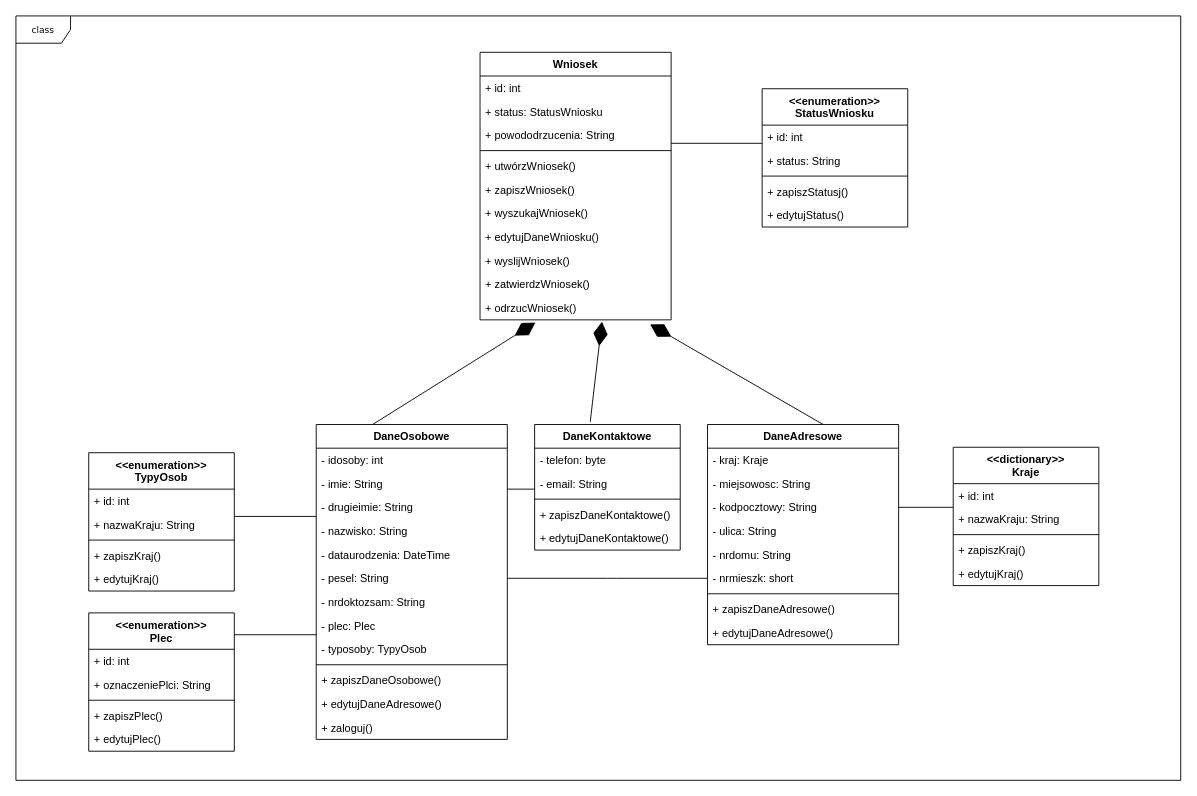
This is eRodzina-model-dziedziny.drawio from tadeg/study, a draw.io file, before an edit. Source tidied: cells renumbered, new cells numbered last; positions are measured from the earlier drawing's top-left corner, leaving out a move shared by most shapes. Both pictures are drawn from the tidied source at 91%, with x=0, y=0 at pixel (15, 15).
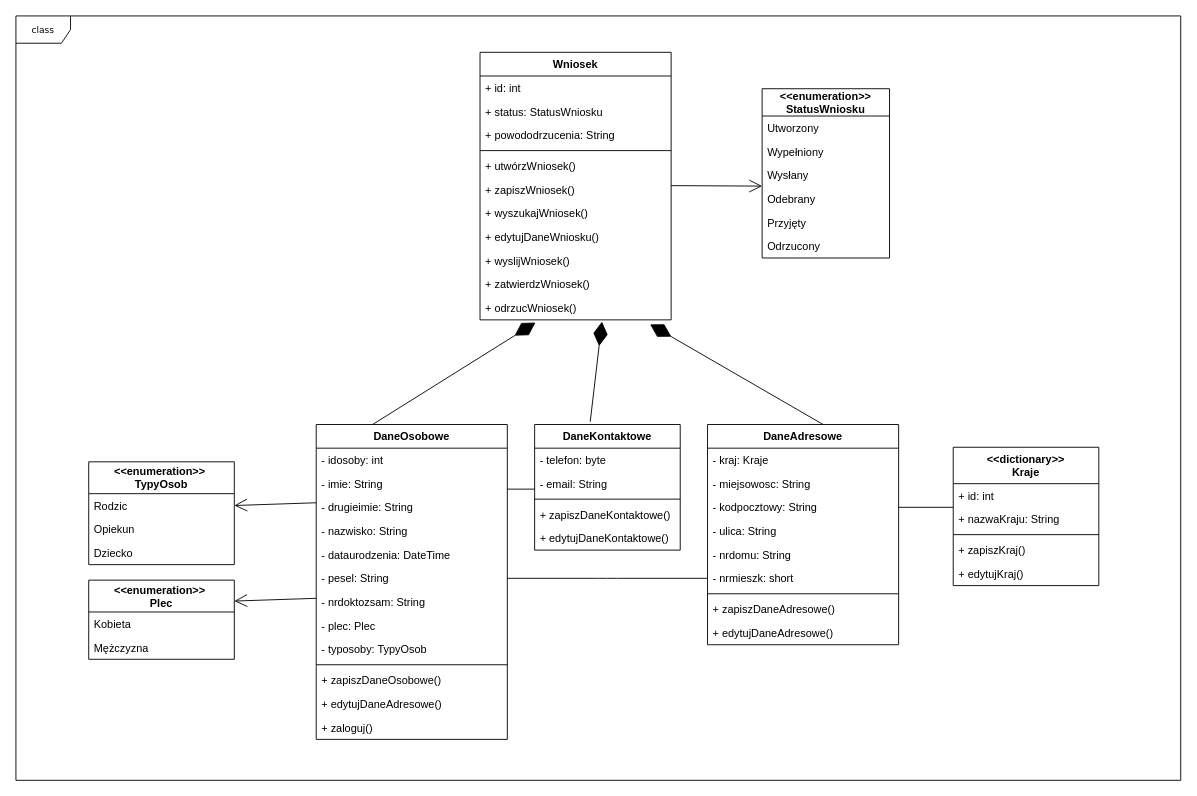
Above is the later version.

The edit, as a diff of the source:
```diff
@@
-    <mxCell id="36" value="&lt;&lt;enumeration&gt;&gt; &#10;TypyOsob&#10;" style="swimlane;fontStyle=1;align=center;verticalAlign=top;horizontal=1;startSize=40;" parent="1" vertex="1">
-      <mxGeometry x="80" y="480" width="160" height="152" as="geometry" />
-    </mxCell>
-    <mxCell id="37" value="+ id: int" style="text;strokeColor=none;fillColor=none;align=left;verticalAlign=top;spacingLeft=4;spacingRight=4;overflow=hidden;" parent="36" vertex="1">
-      <mxGeometry y="40" width="160" height="26" as="geometry" />
-    </mxCell>
-    <mxCell id="38" value="+ nazwaKraju: String" style="text;strokeColor=none;fillColor=none;align=left;verticalAlign=top;spacingLeft=4;spacingRight=4;overflow=hidden;" parent="36" vertex="1">
-      <mxGeometry y="66" width="160" height="26" as="geometry" />
-    </mxCell>
-    <mxCell id="39" style="line;strokeWidth=1;fillColor=none;align=left;verticalAlign=middle;spacingTop=-1;spacingLeft=3;spacingRight=3;labelPosition=right;" parent="36" vertex="1">
-      <mxGeometry y="92" width="160" height="8" as="geometry" />
-    </mxCell>
-    <mxCell id="40" value="+ zapiszKraj()" style="text;strokeColor=none;fillColor=none;align=left;verticalAlign=top;spacingLeft=4;spacingRight=4;overflow=hidden;" parent="36" vertex="1">
-      <mxGeometry y="100" width="160" height="26" as="geometry" />
-    </mxCell>
-    <mxCell id="41" value="+ edytujKraj()" style="text;strokeColor=none;fillColor=none;align=left;verticalAlign=top;spacingLeft=4;spacingRight=4;overflow=hidden;" parent="36" vertex="1">
-      <mxGeometry y="126" width="160" height="26" as="geometry" />
-    </mxCell>
-    <mxCell id="42" value="&lt;&lt;enumeration&gt;&gt; &#10;Plec&#10;" style="swimlane;fontStyle=1;align=center;verticalAlign=top;horizontal=1;startSize=40;" parent="1" vertex="1">
-      <mxGeometry x="80" y="656" width="160" height="152" as="geometry" />
-    </mxCell>
-    <mxCell id="43" value="+ id: int" style="text;strokeColor=none;fillColor=none;align=left;verticalAlign=top;spacingLeft=4;spacingRight=4;overflow=hidden;" parent="42" vertex="1">
-      <mxGeometry y="40" width="160" height="26" as="geometry" />
-    </mxCell>
-    <mxCell id="44" value="+ oznaczeniePlci: String" style="text;strokeColor=none;fillColor=none;align=left;verticalAlign=top;spacingLeft=4;spacingRight=4;overflow=hidden;" parent="42" vertex="1">
-      <mxGeometry y="66" width="160" height="26" as="geometry" />
-    </mxCell>
-    <mxCell id="45" style="line;strokeWidth=1;fillColor=none;align=left;verticalAlign=middle;spacingTop=-1;spacingLeft=3;spacingRight=3;labelPosition=right;" parent="42" vertex="1">
-      <mxGeometry y="92" width="160" height="8" as="geometry" />
-    </mxCell>
-    <mxCell id="46" value="+ zapiszPlec()" style="text;strokeColor=none;fillColor=none;align=left;verticalAlign=top;spacingLeft=4;spacingRight=4;overflow=hidden;" parent="42" vertex="1">
-      <mxGeometry y="100" width="160" height="26" as="geometry" />
-    </mxCell>
-    <mxCell id="47" value="+ edytujPlec()" style="text;strokeColor=none;fillColor=none;align=left;verticalAlign=top;spacingLeft=4;spacingRight=4;overflow=hidden;" parent="42" vertex="1">
-      <mxGeometry y="126" width="160" height="26" as="geometry" />
-    </mxCell>
@@
-    <mxCell id="63" style="endArrow=none;html=1;edgeStyle=orthogonalEdgeStyle;" parent="1" edge="1">
-      <mxGeometry relative="1" as="geometry">
-        <mxPoint x="240" y="550" as="sourcePoint" />
-        <mxPoint x="330" y="550" as="targetPoint" />
-      </mxGeometry>
-    </mxCell>
-    <mxCell id="64" style="endArrow=none;html=1;edgeStyle=orthogonalEdgeStyle;" parent="1" edge="1">
-      <mxGeometry relative="1" as="geometry">
-        <mxPoint x="240" y="680" as="sourcePoint" />
-        <mxPoint x="330" y="680" as="targetPoint" />
-      </mxGeometry>
-    </mxCell>
@@
-    <mxCell id="68" value="&lt;&lt;enumeration&gt;&gt; &#10;StatusWniosku&#10;" style="swimlane;fontStyle=1;align=center;verticalAlign=top;horizontal=1;startSize=40;" parent="1" vertex="1">
-      <mxGeometry x="820" y="80" width="160" height="152" as="geometry" />
-    </mxCell>
-    <mxCell id="69" value="+ id: int" style="text;strokeColor=none;fillColor=none;align=left;verticalAlign=top;spacingLeft=4;spacingRight=4;overflow=hidden;" parent="68" vertex="1">
-      <mxGeometry y="40" width="160" height="26" as="geometry" />
-    </mxCell>
-    <mxCell id="70" value="+ status: String" style="text;strokeColor=none;fillColor=none;align=left;verticalAlign=top;spacingLeft=4;spacingRight=4;overflow=hidden;" parent="68" vertex="1">
-      <mxGeometry y="66" width="160" height="26" as="geometry" />
-    </mxCell>
-    <mxCell id="71" style="line;strokeWidth=1;fillColor=none;align=left;verticalAlign=middle;spacingTop=-1;spacingLeft=3;spacingRight=3;labelPosition=right;" parent="68" vertex="1">
-      <mxGeometry y="92" width="160" height="8" as="geometry" />
-    </mxCell>
-    <mxCell id="72" value="+ zapiszStatusj()" style="text;strokeColor=none;fillColor=none;align=left;verticalAlign=top;spacingLeft=4;spacingRight=4;overflow=hidden;" parent="68" vertex="1">
-      <mxGeometry y="100" width="160" height="26" as="geometry" />
-    </mxCell>
-    <mxCell id="73" value="+ edytujStatus()" style="text;strokeColor=none;fillColor=none;align=left;verticalAlign=top;spacingLeft=4;spacingRight=4;overflow=hidden;" parent="68" vertex="1">
-      <mxGeometry y="126" width="160" height="26" as="geometry" />
-    </mxCell>
-    <mxCell id="74" style="endArrow=none;html=1;edgeStyle=orthogonalEdgeStyle;" parent="1" edge="1">
-      <mxGeometry relative="1" as="geometry">
-        <mxPoint x="720" y="140" as="sourcePoint" />
-        <mxPoint x="820" y="140" as="targetPoint" />
-      </mxGeometry>
-    </mxCell>
@@
+    <mxCell id="68" value="&lt;&lt;enumeration&gt;&gt;&#10;StatusWniosku" style="swimlane;fontStyle=1;horizontal=1;startSize=30;fillColor=none;" parent="1" vertex="1">
+      <mxGeometry x="820" y="80" width="140" height="186" as="geometry" />
+    </mxCell>
+    <mxCell id="78" value="Utworzony" style="text;strokeColor=none;fillColor=none;align=left;verticalAlign=top;spacingLeft=4;spacingRight=4;overflow=hidden;" parent="68" vertex="1">
+      <mxGeometry y="30" width="140" height="26" as="geometry" />
+    </mxCell>
+    <mxCell id="79" value="Wypełniony" style="text;strokeColor=none;fillColor=none;align=left;verticalAlign=top;spacingLeft=4;spacingRight=4;overflow=hidden;" parent="68" vertex="1">
+      <mxGeometry y="56" width="140" height="26" as="geometry" />
+    </mxCell>
+    <mxCell id="80" value="Wysłany" style="text;strokeColor=none;fillColor=none;align=left;verticalAlign=top;spacingLeft=4;spacingRight=4;overflow=hidden;" parent="68" vertex="1">
+      <mxGeometry y="82" width="140" height="26" as="geometry" />
+    </mxCell>
+    <mxCell id="81" value="Odebrany" style="text;strokeColor=none;fillColor=none;align=left;verticalAlign=top;spacingLeft=4;spacingRight=4;overflow=hidden;" parent="68" vertex="1">
+      <mxGeometry y="108" width="140" height="26" as="geometry" />
+    </mxCell>
+    <mxCell id="82" value="Przyjęty" style="text;strokeColor=none;fillColor=none;align=left;verticalAlign=top;spacingLeft=4;spacingRight=4;overflow=hidden;" parent="68" vertex="1">
+      <mxGeometry y="134" width="140" height="26" as="geometry" />
+    </mxCell>
+    <mxCell id="83" value="Odrzucony" style="text;strokeColor=none;fillColor=none;align=left;verticalAlign=top;spacingLeft=4;spacingRight=4;overflow=hidden;" parent="68" vertex="1">
+      <mxGeometry y="160" width="140" height="26" as="geometry" />
+    </mxCell>
+    <mxCell id="84" style="endArrow=open;endFill=1;endSize=12;html=1;" parent="1" edge="1">
+      <mxGeometry relative="1" as="geometry">
+        <mxPoint x="720" y="186.5" as="sourcePoint" />
+        <mxPoint x="820" y="187" as="targetPoint" />
+      </mxGeometry>
+    </mxCell>
+    <mxCell id="36" value="&lt;&lt;enumeration&gt;&gt; &#10;TypyOsob" style="swimlane;fontStyle=1;horizontal=1;startSize=35;fillColor=none;" parent="1" vertex="1">
+      <mxGeometry x="80" y="490" width="160" height="113" as="geometry" />
+    </mxCell>
+    <mxCell id="85" value="Rodzic" style="text;strokeColor=none;fillColor=none;align=left;verticalAlign=top;spacingLeft=4;spacingRight=4;overflow=hidden;points=[[0,0.5],[1,0.5]];portConstraint=eastwest;" parent="36" vertex="1">
+      <mxGeometry y="35" width="160" height="26" as="geometry" />
+    </mxCell>
+    <mxCell id="86" value="Opiekun" style="text;strokeColor=none;fillColor=none;align=left;verticalAlign=top;spacingLeft=4;spacingRight=4;overflow=hidden;" parent="36" vertex="1">
+      <mxGeometry y="61" width="160" height="26" as="geometry" />
+    </mxCell>
+    <mxCell id="87" value="Dziecko" style="text;strokeColor=none;fillColor=none;align=left;verticalAlign=top;spacingLeft=4;spacingRight=4;overflow=hidden;" parent="36" vertex="1">
+      <mxGeometry y="87" width="160" height="26" as="geometry" />
+    </mxCell>
+    <mxCell id="88" style="endArrow=open;endFill=1;endSize=12;html=1;entryX=1;entryY=0.5;entryDx=0;entryDy=0;" parent="1" edge="1" target="85">
+      <mxGeometry relative="1" as="geometry">
+        <mxPoint x="330" y="535" as="sourcePoint" />
+      </mxGeometry>
+    </mxCell>
+    <mxCell id="42" value="&lt;&lt;enumeration&gt;&gt; &#10;Plec" style="swimlane;fontStyle=1;horizontal=1;startSize=35;fillColor=none;" parent="1" vertex="1">
+      <mxGeometry x="80" y="620" width="160" height="87" as="geometry" />
+    </mxCell>
+    <mxCell id="89" value="Kobieta" style="text;strokeColor=none;fillColor=none;align=left;verticalAlign=top;spacingLeft=4;spacingRight=4;overflow=hidden;" parent="42" vertex="1">
+      <mxGeometry y="35" width="160" height="26" as="geometry" />
+    </mxCell>
+    <mxCell id="90" value="Mężczyzna" style="text;strokeColor=none;fillColor=none;align=left;verticalAlign=top;spacingLeft=4;spacingRight=4;overflow=hidden;" parent="42" vertex="1">
+      <mxGeometry y="61" width="160" height="26" as="geometry" />
+    </mxCell>
+    <mxCell id="91" style="endArrow=open;endFill=1;endSize=12;html=1;entryX=1;entryY=0.5;entryDx=0;entryDy=0;" parent="1" edge="1">
+      <mxGeometry relative="1" as="geometry">
+        <mxPoint x="330" y="640" as="sourcePoint" />
+        <mxPoint x="240" y="643" as="targetPoint" />
+      </mxGeometry>
+    </mxCell>
```
